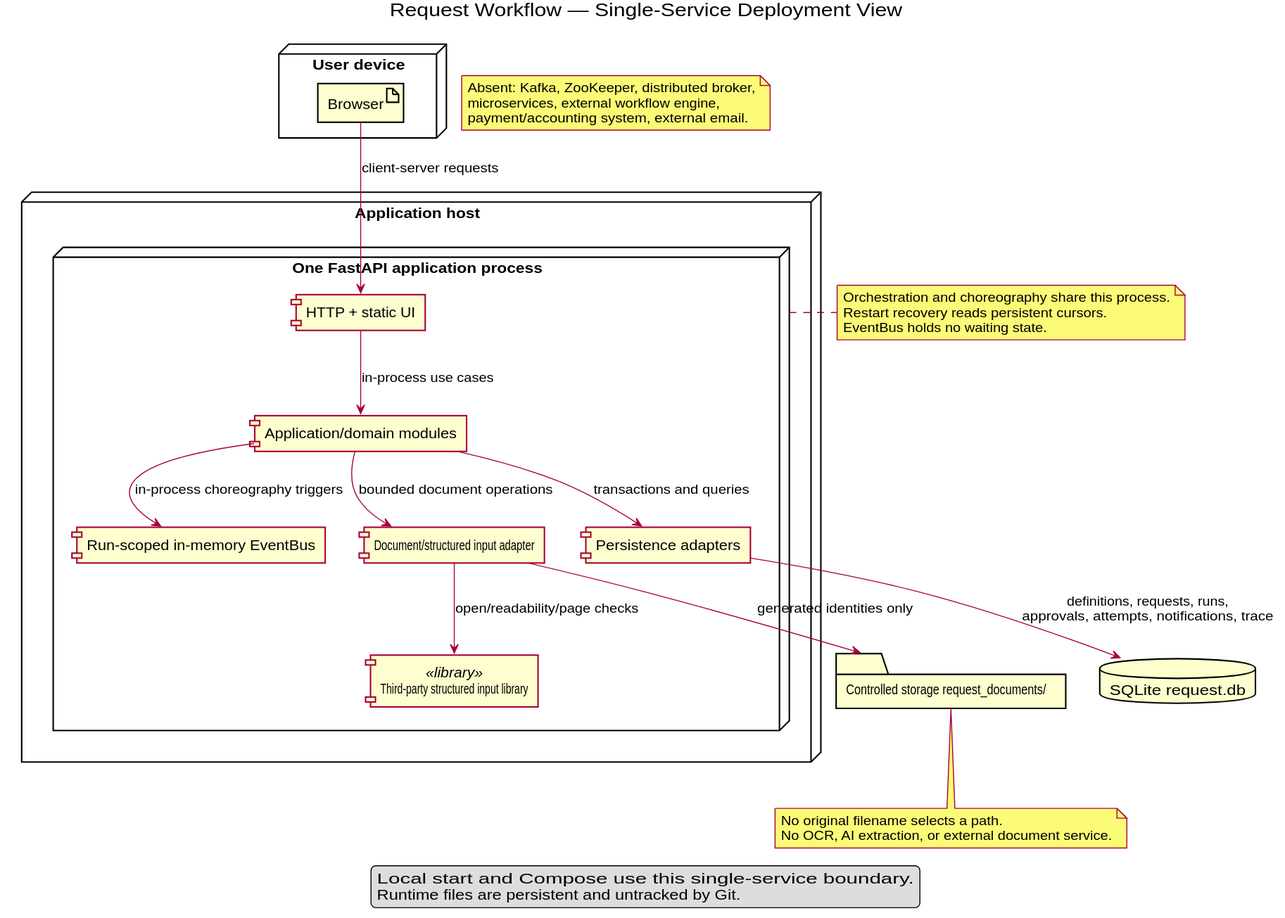
Above: docs/architecture/uml/rendered/deployment-view.svg in MAES1102/WMS (PlantUML), before the change. Source of this version:
```plantuml
@startuml
title Request Workflow — Single-Service Deployment View
skinparam shadowing false

node "User device" as Client {
  artifact "Browser" as Browser
}

node "Application host" as Host {
  node "One FastAPI application process" as App {
    component "HTTP + static UI" as HTTP
    component "Application/domain modules" as Core
    component "Run-scoped in-memory EventBus" as EventBus
    component "Persistence adapters" as Persistence
    component "Document/structured input adapter" as Documents
    component "Third-party structured input library" as PdfLib <<library>>
  }
}

database "SQLite request.db" as Database
folder "Controlled storage request_documents/" as Storage

Browser --> HTTP : client-server requests
HTTP --> Core : in-process use cases
Core --> EventBus : in-process choreography triggers
Core --> Persistence : transactions and queries
Core --> Documents : bounded document operations
Persistence --> Database : definitions, requests, runs,\napprovals, attempts, notifications, trace
Documents --> Storage : generated identities only
Documents --> PdfLib : open/readability/page checks

note right of App
Orchestration and choreography share this process.
Restart recovery reads persistent cursors.
EventBus holds no waiting state.
end note

note bottom of Storage
No original filename selects a path.
No OCR, AI extraction, or external document service.
end note

note "Absent: Kafka, ZooKeeper, distributed broker,\nmicroservices, external workflow engine,\npayment/accounting system, external email." as Exclusions

legend
Local start and Compose use this single-service boundary.
Runtime files are persistent and untracked by Git.
endlegend
@enduml
```
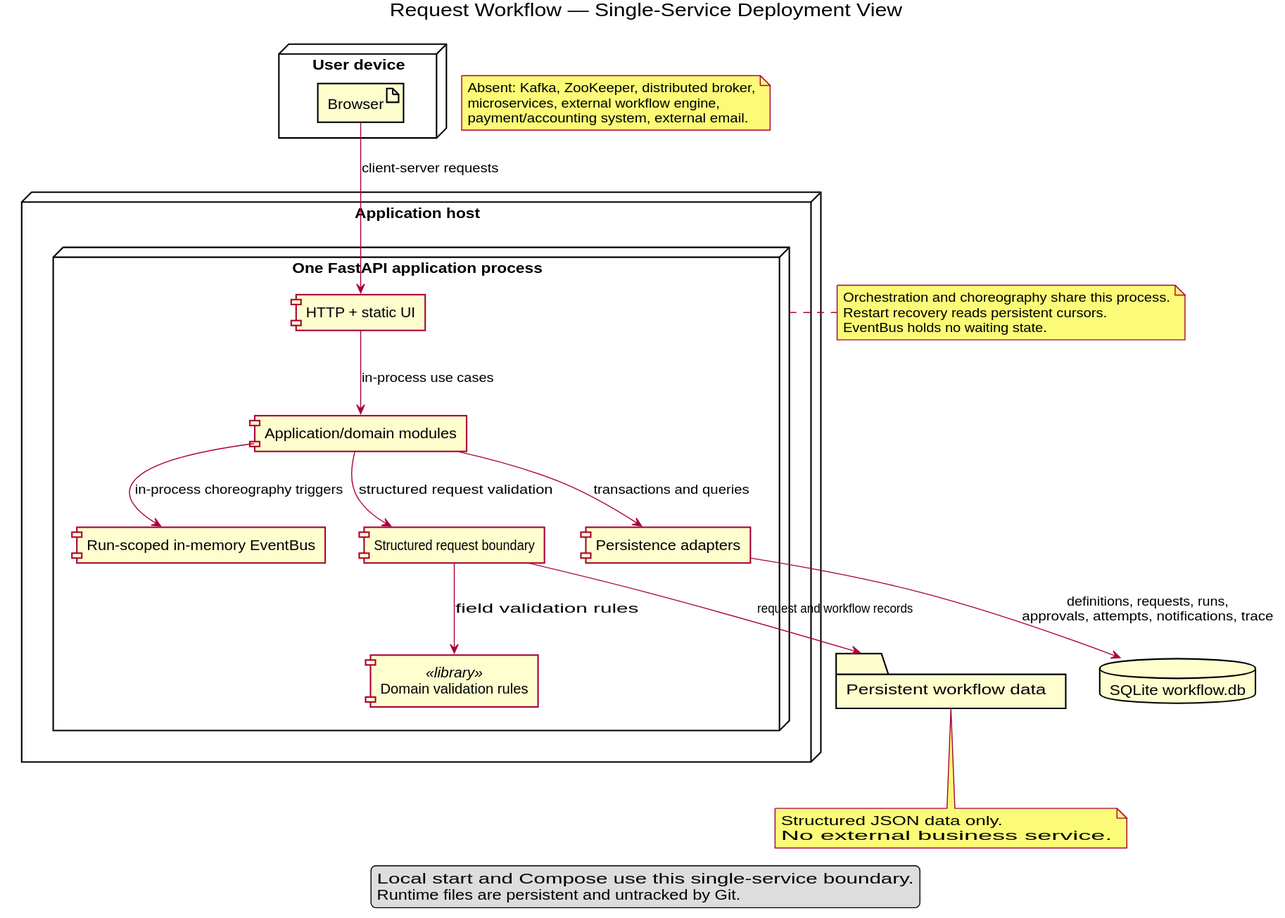
The same file after the commit.

What changed in the source:
```diff
@@ -12,22 +12,22 @@
     component "Application/domain modules" as Core
     component "Run-scoped in-memory EventBus" as EventBus
     component "Persistence adapters" as Persistence
-    component "Document/structured input adapter" as Documents
-    component "Third-party structured input library" as PdfLib <<library>>
+    component "Structured request boundary" as StructuredBoundary
+    component "Domain validation rules" as ValidationRules <<library>>
   }
 }
 
-database "SQLite request.db" as Database
-folder "Controlled storage request_documents/" as Storage
+database "SQLite workflow.db" as Database
+folder "Persistent workflow data" as Storage
 
 Browser --> HTTP : client-server requests
 HTTP --> Core : in-process use cases
 Core --> EventBus : in-process choreography triggers
 Core --> Persistence : transactions and queries
-Core --> Documents : bounded document operations
+Core --> StructuredBoundary : structured request validation
 Persistence --> Database : definitions, requests, runs,\napprovals, attempts, notifications, trace
-Documents --> Storage : generated identities only
-Documents --> PdfLib : open/readability/page checks
+StructuredBoundary --> Storage : request and workflow records
+StructuredBoundary --> ValidationRules : field validation rules
 
 note right of App
 Orchestration and choreography share this process.
@@ -36,8 +36,8 @@
 end note
 
 note bottom of Storage
-No original filename selects a path.
-No OCR, AI extraction, or external document service.
+Structured JSON data only.
+No external business service.
 end note
 
 note "Absent: Kafka, ZooKeeper, distributed broker,\nmicroservices, external workflow engine,\npayment/accounting system, external email." as Exclusions
```
